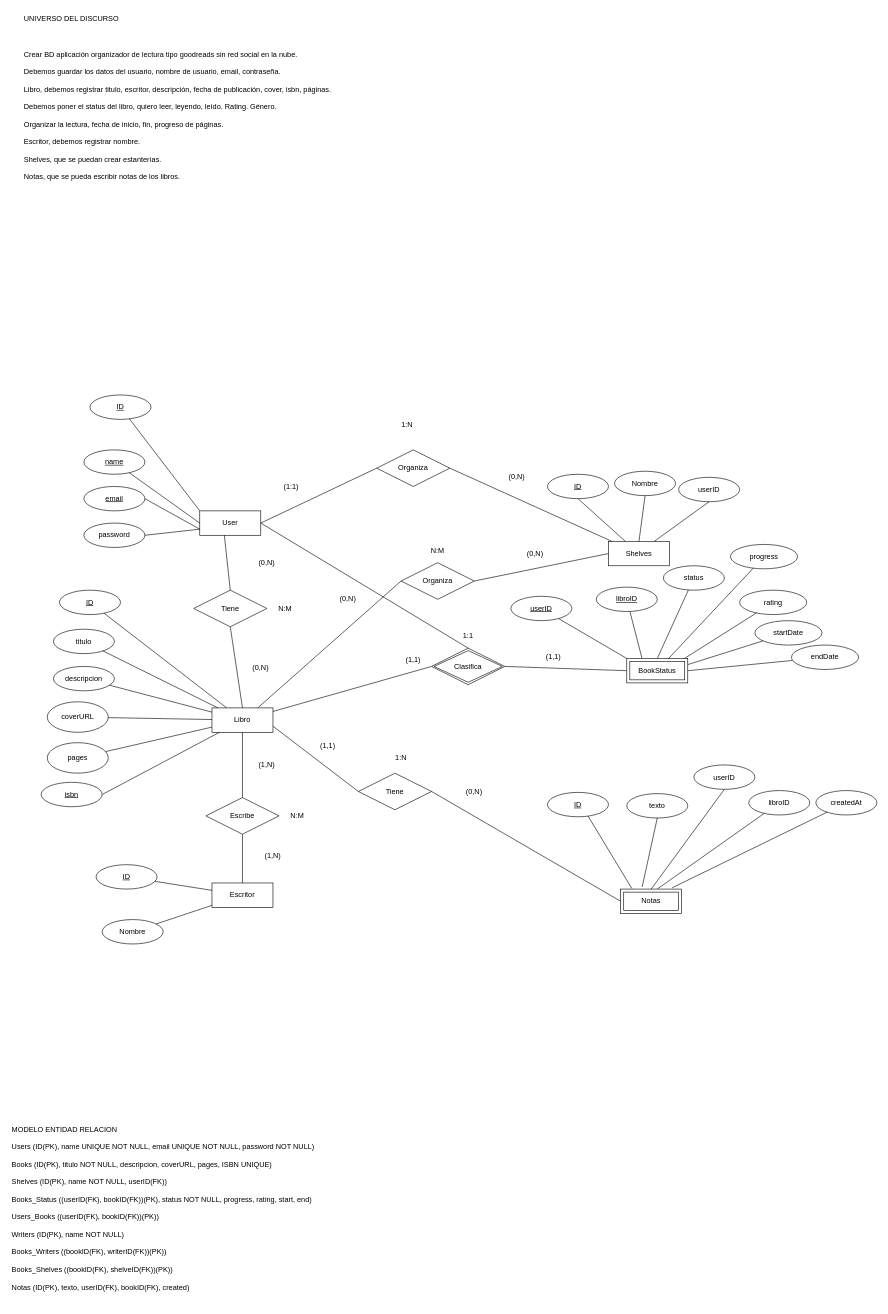
Before: database-design/DER.drawio in mjml72/books-reads-backend, a draw.io diagram. Source tidied: cells renumbered, new cells numbered last; positions are measured from the earlier drawing's top-left corner, leaving out a move shared by most shapes. Both pictures are drawn from the tidied source at 61%, with x=0, y=0 at pixel (10, 10).
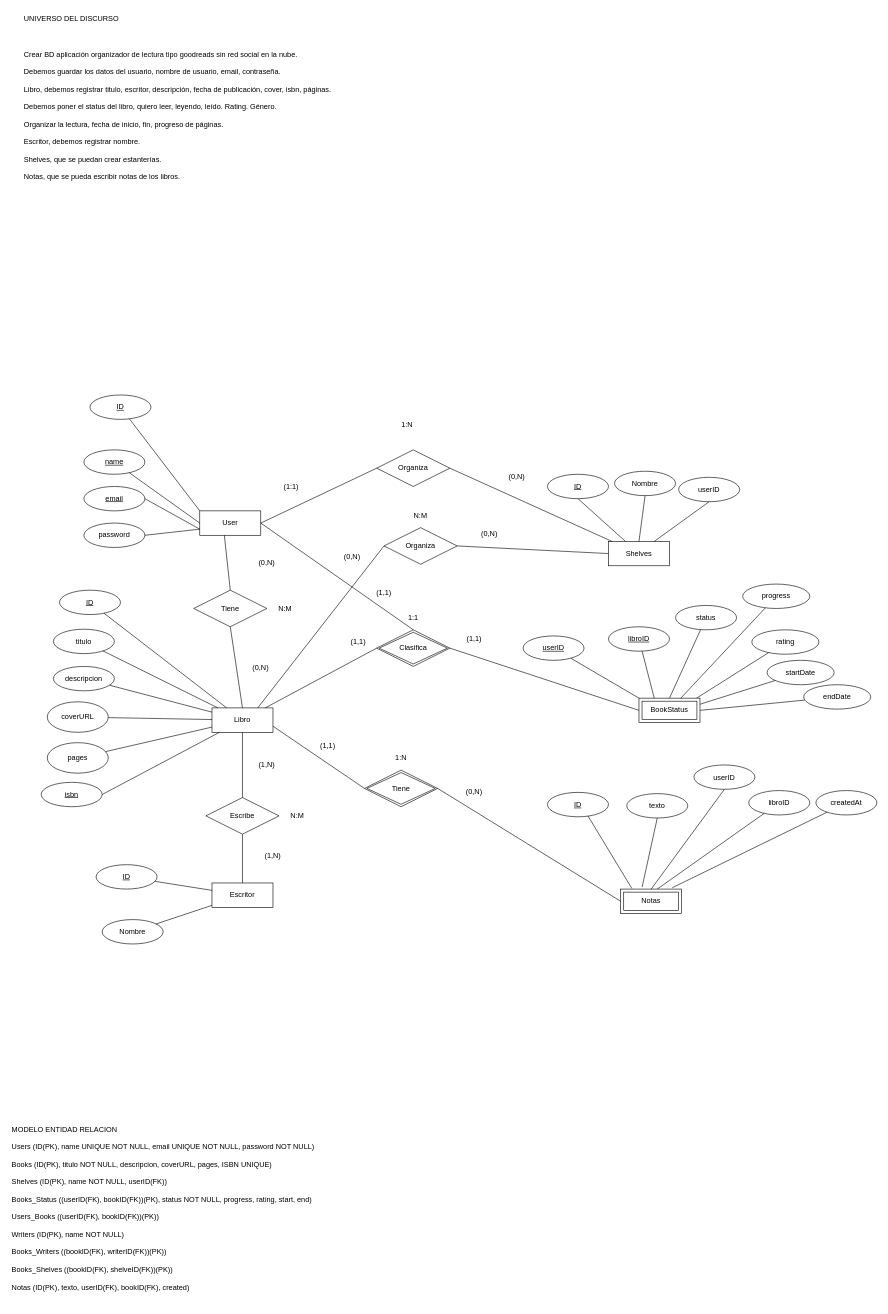
The same diagram, later.

The edit, as a diff of the source:
```diff
@@
-    <mxCell id="40" value="&lt;div&gt;&lt;span style=&quot;background-color: transparent; color: light-dark(rgb(0, 0, 0), rgb(255, 255, 255));&quot;&gt;Tiene&lt;/span&gt;&lt;/div&gt;" style="shape=rhombus;perimeter=rhombusPerimeter;whiteSpace=wrap;html=1;align=center;" parent="1" vertex="1">
-      <mxGeometry x="570" y="1250" width="120" height="60" as="geometry" />
-    </mxCell>
@@
     <mxCell id="43" value="progress" style="ellipse;whiteSpace=wrap;html=1;align=center;" parent="1" vertex="1">
-      <mxGeometry x="1180" y="875" width="110" height="40" as="geometry" />
+      <mxGeometry x="1200" y="940" width="110" height="40" as="geometry" />
     </mxCell>
     <mxCell id="44" value="rating" style="ellipse;whiteSpace=wrap;html=1;align=center;" parent="1" vertex="1">
-      <mxGeometry x="1195" y="950" width="110" height="40" as="geometry" />
+      <mxGeometry x="1215" y="1015" width="110" height="40" as="geometry" />
     </mxCell>
     <mxCell id="45" value="startDate" style="ellipse;whiteSpace=wrap;html=1;align=center;" parent="1" vertex="1">
-      <mxGeometry x="1220" y="1000" width="110" height="40" as="geometry" />
+      <mxGeometry x="1240" y="1065" width="110" height="40" as="geometry" />
     </mxCell>
     <mxCell id="46" value="end&lt;span style=&quot;background-color: transparent; color: light-dark(rgb(0, 0, 0), rgb(255, 255, 255));&quot;&gt;Date&lt;/span&gt;" style="ellipse;whiteSpace=wrap;html=1;align=center;" parent="1" vertex="1">
-      <mxGeometry x="1280" y="1040" width="110" height="40" as="geometry" />
+      <mxGeometry x="1300" y="1105" width="110" height="40" as="geometry" />
     </mxCell>
@@
     <mxCell id="53" value="(1,1)" style="text;html=1;whiteSpace=wrap;strokeColor=none;fillColor=none;align=center;verticalAlign=middle;rounded=0;" parent="1" vertex="1">
-      <mxGeometry x="860" y="1045" width="60" height="30" as="geometry" />
+      <mxGeometry x="730" y="1014" width="60" height="30" as="geometry" />
     </mxCell>
     <mxCell id="54" value="status" style="ellipse;whiteSpace=wrap;html=1;align=center;" parent="1" vertex="1">
-      <mxGeometry x="1070" y="910" width="100" height="40" as="geometry" />
+      <mxGeometry x="1090" y="975" width="100" height="40" as="geometry" />
     </mxCell>
@@
     <mxCell id="56" value="(1,1)" style="text;html=1;whiteSpace=wrap;strokeColor=none;fillColor=none;align=center;verticalAlign=middle;rounded=0;" parent="1" vertex="1">
-      <mxGeometry x="630" y="1050" width="60" height="30" as="geometry" />
+      <mxGeometry x="540" y="1020" width="60" height="30" as="geometry" />
     </mxCell>
     <mxCell id="57" value="1:1" style="text;html=1;whiteSpace=wrap;strokeColor=none;fillColor=none;align=center;verticalAlign=middle;rounded=0;" parent="1" vertex="1">
-      <mxGeometry x="720" y="1010" width="60" height="30" as="geometry" />
+      <mxGeometry x="630" y="980" width="60" height="30" as="geometry" />
     </mxCell>
@@
     <mxCell id="66" value="libroID" style="ellipse;whiteSpace=wrap;html=1;align=center;fontStyle=4;" parent="1" vertex="1">
-      <mxGeometry x="960" y="945" width="100" height="40" as="geometry" />
+      <mxGeometry x="980" y="1010" width="100" height="40" as="geometry" />
     </mxCell>
@@
     <mxCell id="70" value="BookStatus" style="shape=ext;margin=3;double=1;whiteSpace=wrap;html=1;align=center;" parent="1" vertex="1">
-      <mxGeometry x="1010" y="1062" width="100" height="40" as="geometry" />
+      <mxGeometry x="1030" y="1127" width="100" height="40" as="geometry" />
     </mxCell>
     <mxCell id="71" value="Clasifica" style="shape=rhombus;double=1;perimeter=rhombusPerimeter;whiteSpace=wrap;html=1;align=center;" parent="1" vertex="1">
-      <mxGeometry x="690" y="1045" width="120" height="60" as="geometry" />
+      <mxGeometry x="600" y="1015" width="120" height="60" as="geometry" />
     </mxCell>
@@
     <mxCell id="87" value="userID" style="ellipse;whiteSpace=wrap;html=1;align=center;fontStyle=4;" parent="1" vertex="1">
-      <mxGeometry x="820" y="960" width="100" height="40" as="geometry" />
+      <mxGeometry x="840" y="1025" width="100" height="40" as="geometry" />
     </mxCell>
@@
     <mxCell id="91" value="Organiza" style="shape=rhombus;perimeter=rhombusPerimeter;whiteSpace=wrap;html=1;align=center;" parent="1" vertex="1">
-      <mxGeometry x="640" y="905" width="120" height="60" as="geometry" />
+      <mxGeometry x="612" y="847.5" width="120" height="60" as="geometry" />
     </mxCell>
@@
     <mxCell id="94" value="(0,N)" style="text;html=1;whiteSpace=wrap;strokeColor=none;fillColor=none;align=center;verticalAlign=middle;rounded=0;" parent="1" vertex="1">
-      <mxGeometry x="830" y="875" width="60" height="30" as="geometry" />
+      <mxGeometry x="755" y="842.5" width="60" height="30" as="geometry" />
     </mxCell>
     <mxCell id="95" value="(0,N)" style="text;html=1;whiteSpace=wrap;strokeColor=none;fillColor=none;align=center;verticalAlign=middle;rounded=0;" parent="1" vertex="1">
-      <mxGeometry x="523" y="950" width="60" height="30" as="geometry" />
+      <mxGeometry x="530" y="880" width="60" height="30" as="geometry" />
     </mxCell>
     <mxCell id="96" value="N:M" style="text;html=1;whiteSpace=wrap;strokeColor=none;fillColor=none;align=center;verticalAlign=middle;rounded=0;" parent="1" vertex="1">
-      <mxGeometry x="670" y="870" width="60" height="30" as="geometry" />
+      <mxGeometry x="642" y="812.5" width="60" height="30" as="geometry" />
     </mxCell>
@@
+    <mxCell id="101" value="(1,1)" style="text;html=1;whiteSpace=wrap;strokeColor=none;fillColor=none;align=center;verticalAlign=middle;rounded=0;" parent="1" vertex="1">
+      <mxGeometry x="582" y="940" width="60" height="30" as="geometry" />
+    </mxCell>
+    <mxCell id="40" value="Tiene" style="shape=rhombus;double=1;perimeter=rhombusPerimeter;whiteSpace=wrap;html=1;align=center;" parent="1" vertex="1">
+      <mxGeometry x="580" y="1245" width="120" height="60" as="geometry" />
+    </mxCell>
```
